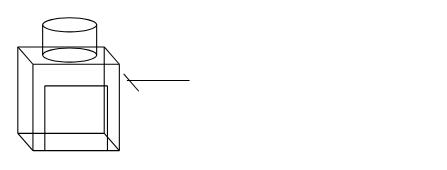
Before: Lab_report/exp_diagram_1.0.drawio in TheDoktorr/LATEX_projects, a draw.io diagram. Source tidied: cells renumbered, new cells numbered last; positions are measured from the earlier drawing's top-left corner, leaving out a move shared by most shapes. Both pictures are drawn from the tidied source at 108%, with x=0, y=0 at pixel (17, 17).
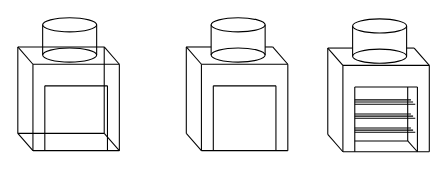
After the change.

The edit, as a diff of the source:
```diff
@@
-    <mxCell id="19" style="endArrow=none;html=1;rounded=0;fontSize=12;startSize=8;endSize=8;curved=1;" parent="1" edge="1">
-      <mxGeometry relative="1" as="geometry">
-        <mxPoint x="101" y="58" as="sourcePoint" />
-        <mxPoint x="159" y="58" as="targetPoint" />
-      </mxGeometry>
-    </mxCell>
-    <mxCell id="20" style="endArrow=none;html=1;rounded=0;fontSize=12;startSize=8;endSize=8;curved=1;" parent="1" edge="1">
-      <mxGeometry relative="1" as="geometry">
-        <mxPoint x="98" y="52" as="sourcePoint" />
-        <mxPoint x="112" y="68" as="targetPoint" />
-      </mxGeometry>
-    </mxCell>
@@
+    <mxCell id="23" style="endArrow=none;html=1;rounded=0;fontSize=12;startSize=8;endSize=8;curved=1;entryX=0;entryY=0;entryDx=0;entryDy=0;exitX=0;exitY=1;exitDx=0;exitDy=0;" parent="1" edge="1">
+      <mxGeometry relative="1" as="geometry">
+        <mxPoint x="156" y="107" as="sourcePoint" />
+        <mxPoint x="156" y="27" as="targetPoint" />
+      </mxGeometry>
+    </mxCell>
+    <mxCell id="24" style="endArrow=none;html=1;rounded=0;fontSize=12;startSize=8;endSize=8;curved=1;" parent="1" edge="1">
+      <mxGeometry relative="1" as="geometry">
+        <mxPoint x="179" y="27" as="sourcePoint" />
+        <mxPoint x="156" y="27" as="targetPoint" />
+      </mxGeometry>
+    </mxCell>
+    <mxCell id="25" style="endArrow=none;html=1;rounded=0;fontSize=12;startSize=8;endSize=8;curved=1;entryX=0;entryY=0;entryDx=0;entryDy=0;exitX=0;exitY=1;exitDx=0;exitDy=0;" parent="1" edge="1">
+      <mxGeometry relative="1" as="geometry">
+        <mxPoint x="170" y="123" as="sourcePoint" />
+        <mxPoint x="170" y="43" as="targetPoint" />
+      </mxGeometry>
+    </mxCell>
+    <mxCell id="26" style="endArrow=none;html=1;rounded=0;fontSize=12;startSize=8;endSize=8;curved=1;" parent="1" edge="1">
+      <mxGeometry relative="1" as="geometry">
+        <mxPoint x="250" y="123" as="sourcePoint" />
+        <mxPoint x="250" y="43" as="targetPoint" />
+      </mxGeometry>
+    </mxCell>
+    <mxCell id="27" style="endArrow=none;html=1;rounded=0;fontSize=12;startSize=8;endSize=8;curved=1;entryX=0;entryY=1;entryDx=0;entryDy=0;exitX=1;exitY=1;exitDx=0;exitDy=0;" parent="1" edge="1">
+      <mxGeometry relative="1" as="geometry">
+        <mxPoint x="250" y="123" as="sourcePoint" />
+        <mxPoint x="170" y="123" as="targetPoint" />
+      </mxGeometry>
+    </mxCell>
+    <mxCell id="28" style="endArrow=none;html=1;rounded=0;fontSize=12;startSize=8;endSize=8;curved=1;exitX=1;exitY=0;exitDx=0;exitDy=0;" parent="1" edge="1">
+      <mxGeometry relative="1" as="geometry">
+        <mxPoint x="250" y="43" as="sourcePoint" />
+        <mxPoint x="170" y="43" as="targetPoint" />
+      </mxGeometry>
+    </mxCell>
+    <mxCell id="29" style="endArrow=none;html=1;rounded=0;fontSize=12;startSize=8;endSize=8;curved=1;" parent="1" edge="1">
+      <mxGeometry relative="1" as="geometry">
+        <mxPoint x="156" y="107" as="sourcePoint" />
+        <mxPoint x="170" y="123" as="targetPoint" />
+      </mxGeometry>
+    </mxCell>
+    <mxCell id="30" style="endArrow=none;html=1;rounded=0;fontSize=12;startSize=8;endSize=8;curved=1;" parent="1" edge="1">
+      <mxGeometry relative="1" as="geometry">
+        <mxPoint x="156" y="27" as="sourcePoint" />
+        <mxPoint x="170" y="43" as="targetPoint" />
+      </mxGeometry>
+    </mxCell>
+    <mxCell id="31" style="endArrow=none;html=1;rounded=0;fontSize=12;startSize=8;endSize=8;curved=1;" parent="1" edge="1">
+      <mxGeometry relative="1" as="geometry">
+        <mxPoint x="236" y="27" as="sourcePoint" />
+        <mxPoint x="250" y="43" as="targetPoint" />
+      </mxGeometry>
+    </mxCell>
+    <mxCell id="32" style="ellipse;whiteSpace=wrap;html=1;" parent="1" vertex="1">
+      <mxGeometry x="179" y="28" width="50" height="13" as="geometry" />
+    </mxCell>
+    <mxCell id="33" style="ellipse;whiteSpace=wrap;html=1;" parent="1" vertex="1">
+      <mxGeometry x="179" width="50" height="13" as="geometry" />
+    </mxCell>
+    <mxCell id="34" style="endArrow=none;html=1;rounded=0;fontSize=12;startSize=8;endSize=8;curved=1;entryX=0;entryY=0.5;entryDx=0;entryDy=0;exitX=0;exitY=0.5;exitDx=0;exitDy=0;" parent="1" edge="1" source="32" target="33">
+      <mxGeometry relative="1" as="geometry" />
+    </mxCell>
+    <mxCell id="35" style="endArrow=none;html=1;rounded=0;fontSize=12;startSize=8;endSize=8;curved=1;entryX=1;entryY=0.5;entryDx=0;entryDy=0;exitX=1;exitY=0.5;exitDx=0;exitDy=0;" parent="1" edge="1" source="32" target="33">
+      <mxGeometry relative="1" as="geometry" />
+    </mxCell>
+    <mxCell id="36" style="endArrow=none;html=1;rounded=0;fontSize=12;startSize=8;endSize=8;curved=1;" parent="1" edge="1">
+      <mxGeometry relative="1" as="geometry">
+        <mxPoint x="181" y="63" as="sourcePoint" />
+        <mxPoint x="239" y="63" as="targetPoint" />
+      </mxGeometry>
+    </mxCell>
+    <mxCell id="37" style="endArrow=none;html=1;rounded=0;fontSize=12;startSize=8;endSize=8;curved=1;entryX=0;entryY=0;entryDx=0;entryDy=0;" parent="1" edge="1">
+      <mxGeometry relative="1" as="geometry">
+        <mxPoint x="181" y="123" as="sourcePoint" />
+        <mxPoint x="181" y="63" as="targetPoint" />
+      </mxGeometry>
+    </mxCell>
+    <mxCell id="38" style="endArrow=none;html=1;rounded=0;fontSize=12;startSize=8;endSize=8;curved=1;entryX=0;entryY=0;entryDx=0;entryDy=0;" parent="1" edge="1">
+      <mxGeometry relative="1" as="geometry">
+        <mxPoint x="239" y="123" as="sourcePoint" />
+        <mxPoint x="239" y="63" as="targetPoint" />
+      </mxGeometry>
+    </mxCell>
+    <mxCell id="39" style="endArrow=none;html=1;rounded=0;fontSize=12;startSize=8;endSize=8;curved=1;exitX=1;exitY=0;exitDx=0;exitDy=0;" parent="1" edge="1">
+      <mxGeometry relative="1" as="geometry">
+        <mxPoint x="236" y="27" as="sourcePoint" />
+        <mxPoint x="229" y="27" as="targetPoint" />
+      </mxGeometry>
+    </mxCell>
+    <mxCell id="40" style="endArrow=none;html=1;rounded=0;fontSize=12;startSize=8;endSize=8;curved=1;entryX=0;entryY=0;entryDx=0;entryDy=0;exitX=0;exitY=1;exitDx=0;exitDy=0;" parent="1" edge="1">
+      <mxGeometry relative="1" as="geometry">
+        <mxPoint x="287" y="108" as="sourcePoint" />
+        <mxPoint x="287" y="28" as="targetPoint" />
+      </mxGeometry>
+    </mxCell>
+    <mxCell id="41" style="endArrow=none;html=1;rounded=0;fontSize=12;startSize=8;endSize=8;curved=1;" parent="1" edge="1">
+      <mxGeometry relative="1" as="geometry">
+        <mxPoint x="310" y="28" as="sourcePoint" />
+        <mxPoint x="287" y="28" as="targetPoint" />
+      </mxGeometry>
+    </mxCell>
+    <mxCell id="42" style="endArrow=none;html=1;rounded=0;fontSize=12;startSize=8;endSize=8;curved=1;entryX=0;entryY=0;entryDx=0;entryDy=0;exitX=0;exitY=1;exitDx=0;exitDy=0;" parent="1" edge="1">
+      <mxGeometry relative="1" as="geometry">
+        <mxPoint x="301" y="124" as="sourcePoint" />
+        <mxPoint x="301" y="44" as="targetPoint" />
+      </mxGeometry>
+    </mxCell>
+    <mxCell id="43" style="endArrow=none;html=1;rounded=0;fontSize=12;startSize=8;endSize=8;curved=1;" parent="1" edge="1">
+      <mxGeometry relative="1" as="geometry">
+        <mxPoint x="381" y="124" as="sourcePoint" />
+        <mxPoint x="381" y="44" as="targetPoint" />
+      </mxGeometry>
+    </mxCell>
+    <mxCell id="44" style="endArrow=none;html=1;rounded=0;fontSize=12;startSize=8;endSize=8;curved=1;entryX=0;entryY=1;entryDx=0;entryDy=0;exitX=1;exitY=1;exitDx=0;exitDy=0;" parent="1" edge="1">
+      <mxGeometry relative="1" as="geometry">
+        <mxPoint x="381" y="124" as="sourcePoint" />
+        <mxPoint x="301" y="124" as="targetPoint" />
+      </mxGeometry>
+    </mxCell>
+    <mxCell id="45" style="endArrow=none;html=1;rounded=0;fontSize=12;startSize=8;endSize=8;curved=1;exitX=1;exitY=0;exitDx=0;exitDy=0;" parent="1" edge="1">
+      <mxGeometry relative="1" as="geometry">
+        <mxPoint x="381" y="44" as="sourcePoint" />
+        <mxPoint x="301" y="44" as="targetPoint" />
+      </mxGeometry>
+    </mxCell>
+    <mxCell id="46" style="endArrow=none;html=1;rounded=0;fontSize=12;startSize=8;endSize=8;curved=1;" parent="1" edge="1">
+      <mxGeometry relative="1" as="geometry">
+        <mxPoint x="287" y="108" as="sourcePoint" />
+        <mxPoint x="301" y="124" as="targetPoint" />
+      </mxGeometry>
+    </mxCell>
+    <mxCell id="47" style="endArrow=none;html=1;rounded=0;fontSize=12;startSize=8;endSize=8;curved=1;" parent="1" edge="1">
+      <mxGeometry relative="1" as="geometry">
+        <mxPoint x="287" y="28" as="sourcePoint" />
+        <mxPoint x="301" y="44" as="targetPoint" />
+      </mxGeometry>
+    </mxCell>
+    <mxCell id="48" style="endArrow=none;html=1;rounded=0;fontSize=12;startSize=8;endSize=8;curved=1;" parent="1" edge="1">
+      <mxGeometry relative="1" as="geometry">
+        <mxPoint x="367" y="28" as="sourcePoint" />
+        <mxPoint x="381" y="44" as="targetPoint" />
+      </mxGeometry>
+    </mxCell>
+    <mxCell id="49" style="ellipse;whiteSpace=wrap;html=1;" parent="1" vertex="1">
+      <mxGeometry x="310" y="29" width="50" height="13" as="geometry" />
+    </mxCell>
+    <mxCell id="50" style="ellipse;whiteSpace=wrap;html=1;" parent="1" vertex="1">
+      <mxGeometry x="310" y="1" width="50" height="13" as="geometry" />
+    </mxCell>
+    <mxCell id="51" style="endArrow=none;html=1;rounded=0;fontSize=12;startSize=8;endSize=8;curved=1;entryX=0;entryY=0.5;entryDx=0;entryDy=0;exitX=0;exitY=0.5;exitDx=0;exitDy=0;" parent="1" edge="1" source="49" target="50">
+      <mxGeometry relative="1" as="geometry" />
+    </mxCell>
+    <mxCell id="52" style="endArrow=none;html=1;rounded=0;fontSize=12;startSize=8;endSize=8;curved=1;entryX=1;entryY=0.5;entryDx=0;entryDy=0;exitX=1;exitY=0.5;exitDx=0;exitDy=0;" parent="1" edge="1" source="49" target="50">
+      <mxGeometry relative="1" as="geometry" />
+    </mxCell>
+    <mxCell id="53" style="endArrow=none;html=1;rounded=0;fontSize=12;startSize=8;endSize=8;curved=1;" parent="1" edge="1">
+      <mxGeometry relative="1" as="geometry">
+        <mxPoint x="312" y="64" as="sourcePoint" />
+        <mxPoint x="370" y="64" as="targetPoint" />
+      </mxGeometry>
+    </mxCell>
+    <mxCell id="54" style="endArrow=none;html=1;rounded=0;fontSize=12;startSize=8;endSize=8;curved=1;entryX=0;entryY=0;entryDx=0;entryDy=0;" parent="1" edge="1">
+      <mxGeometry relative="1" as="geometry">
+        <mxPoint x="312" y="124" as="sourcePoint" />
+        <mxPoint x="312" y="64" as="targetPoint" />
+      </mxGeometry>
+    </mxCell>
+    <mxCell id="55" style="endArrow=none;html=1;rounded=0;fontSize=12;startSize=8;endSize=8;curved=1;entryX=0;entryY=0;entryDx=0;entryDy=0;" parent="1" edge="1">
+      <mxGeometry relative="1" as="geometry">
+        <mxPoint x="370" y="124" as="sourcePoint" />
+        <mxPoint x="370" y="64" as="targetPoint" />
+      </mxGeometry>
+    </mxCell>
+    <mxCell id="56" style="endArrow=none;html=1;rounded=0;fontSize=12;startSize=8;endSize=8;curved=1;exitX=1;exitY=0;exitDx=0;exitDy=0;" parent="1" edge="1">
+      <mxGeometry relative="1" as="geometry">
+        <mxPoint x="367" y="28" as="sourcePoint" />
+        <mxPoint x="360" y="28" as="targetPoint" />
+      </mxGeometry>
+    </mxCell>
+    <mxCell id="57" style="endArrow=none;html=1;rounded=0;fontSize=12;startSize=8;endSize=8;curved=1;" parent="1" edge="1">
+      <mxGeometry relative="1" as="geometry">
+        <mxPoint x="361" y="114" as="sourcePoint" />
+        <mxPoint x="370" y="124" as="targetPoint" />
+      </mxGeometry>
+    </mxCell>
+    <mxCell id="58" style="endArrow=none;html=1;rounded=0;fontSize=12;startSize=8;endSize=8;curved=1;" parent="1" edge="1">
+      <mxGeometry relative="1" as="geometry">
+        <mxPoint x="312" y="114" as="sourcePoint" />
+        <mxPoint x="361" y="114" as="targetPoint" />
+      </mxGeometry>
+    </mxCell>
+    <mxCell id="59" style="endArrow=none;html=1;rounded=0;fontSize=12;startSize=8;endSize=8;curved=1;entryX=0;entryY=0;entryDx=0;entryDy=0;" parent="1" edge="1">
+      <mxGeometry relative="1" as="geometry">
+        <mxPoint x="361" y="114" as="sourcePoint" />
+        <mxPoint x="361" y="64" as="targetPoint" />
+      </mxGeometry>
+    </mxCell>
+    <mxCell id="60" style="endArrow=none;html=1;rounded=0;fontSize=12;startSize=8;endSize=8;curved=1;" parent="1" edge="1">
+      <mxGeometry relative="1" as="geometry">
+        <mxPoint x="312" y="104" as="sourcePoint" />
+        <mxPoint x="366" y="104" as="targetPoint" />
+      </mxGeometry>
+    </mxCell>
+    <mxCell id="61" style="endArrow=none;html=1;rounded=0;fontSize=12;startSize=8;endSize=8;curved=1;" parent="1" edge="1">
+      <mxGeometry relative="1" as="geometry">
+        <mxPoint x="312" y="106" as="sourcePoint" />
+        <mxPoint x="368" y="106" as="targetPoint" />
+      </mxGeometry>
+    </mxCell>
+    <mxCell id="62" style="endArrow=none;html=1;rounded=0;fontSize=12;startSize=8;endSize=8;curved=1;" parent="1" edge="1">
+      <mxGeometry relative="1" as="geometry">
+        <mxPoint x="312" y="102" as="sourcePoint" />
+        <mxPoint x="364" y="102" as="targetPoint" />
+      </mxGeometry>
+    </mxCell>
+    <mxCell id="63" style="endArrow=none;html=1;rounded=0;fontSize=12;startSize=8;endSize=8;curved=1;" parent="1" edge="1">
+      <mxGeometry relative="1" as="geometry">
+        <mxPoint x="312" y="91" as="sourcePoint" />
+        <mxPoint x="366" y="91" as="targetPoint" />
+      </mxGeometry>
+    </mxCell>
+    <mxCell id="64" style="endArrow=none;html=1;rounded=0;fontSize=12;startSize=8;endSize=8;curved=1;" parent="1" edge="1">
+      <mxGeometry relative="1" as="geometry">
+        <mxPoint x="312" y="93" as="sourcePoint" />
+        <mxPoint x="368" y="93" as="targetPoint" />
+      </mxGeometry>
+    </mxCell>
+    <mxCell id="65" style="endArrow=none;html=1;rounded=0;fontSize=12;startSize=8;endSize=8;curved=1;" parent="1" edge="1">
+      <mxGeometry relative="1" as="geometry">
+        <mxPoint x="312" y="89" as="sourcePoint" />
+        <mxPoint x="364" y="89" as="targetPoint" />
+      </mxGeometry>
+    </mxCell>
+    <mxCell id="66" style="endArrow=none;html=1;rounded=0;fontSize=12;startSize=8;endSize=8;curved=1;" parent="1" edge="1">
+      <mxGeometry relative="1" as="geometry">
+        <mxPoint x="312" y="78" as="sourcePoint" />
+        <mxPoint x="366" y="78" as="targetPoint" />
+      </mxGeometry>
+    </mxCell>
+    <mxCell id="67" style="endArrow=none;html=1;rounded=0;fontSize=12;startSize=8;endSize=8;curved=1;" parent="1" edge="1">
+      <mxGeometry relative="1" as="geometry">
+        <mxPoint x="312" y="80" as="sourcePoint" />
+        <mxPoint x="368" y="80" as="targetPoint" />
+      </mxGeometry>
+    </mxCell>
+    <mxCell id="68" style="endArrow=none;html=1;rounded=0;fontSize=12;startSize=8;endSize=8;curved=1;" parent="1" edge="1">
+      <mxGeometry relative="1" as="geometry">
+        <mxPoint x="312" y="76" as="sourcePoint" />
+        <mxPoint x="364" y="76" as="targetPoint" />
+      </mxGeometry>
+    </mxCell>
```
